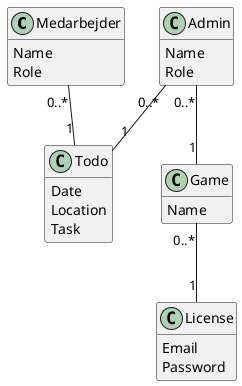
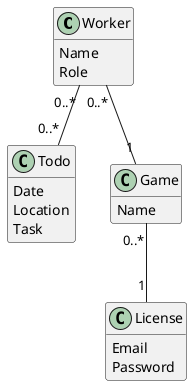
@startuml
'https://plantuml.com/class-diagram

'Entities
- class Medarbejder {
- Name
- Role
- }
- 
- class Admin {
+ class Worker {
Name
Role
}

class Todo {
Date
Location
Task
}

class Game {
Name
}

class License {
Email
Password
}

'Relations
- Medarbejder "0..*" -- "1" Todo
- Admin "0..*" -- "1" Todo
- Admin "0..*" -- "1" Game
+ Worker "0..*" -- "0..*" Todo
+ Worker "0..*" -- "1" Game
Game "0..*" -- "1" License

hide methods
@enduml